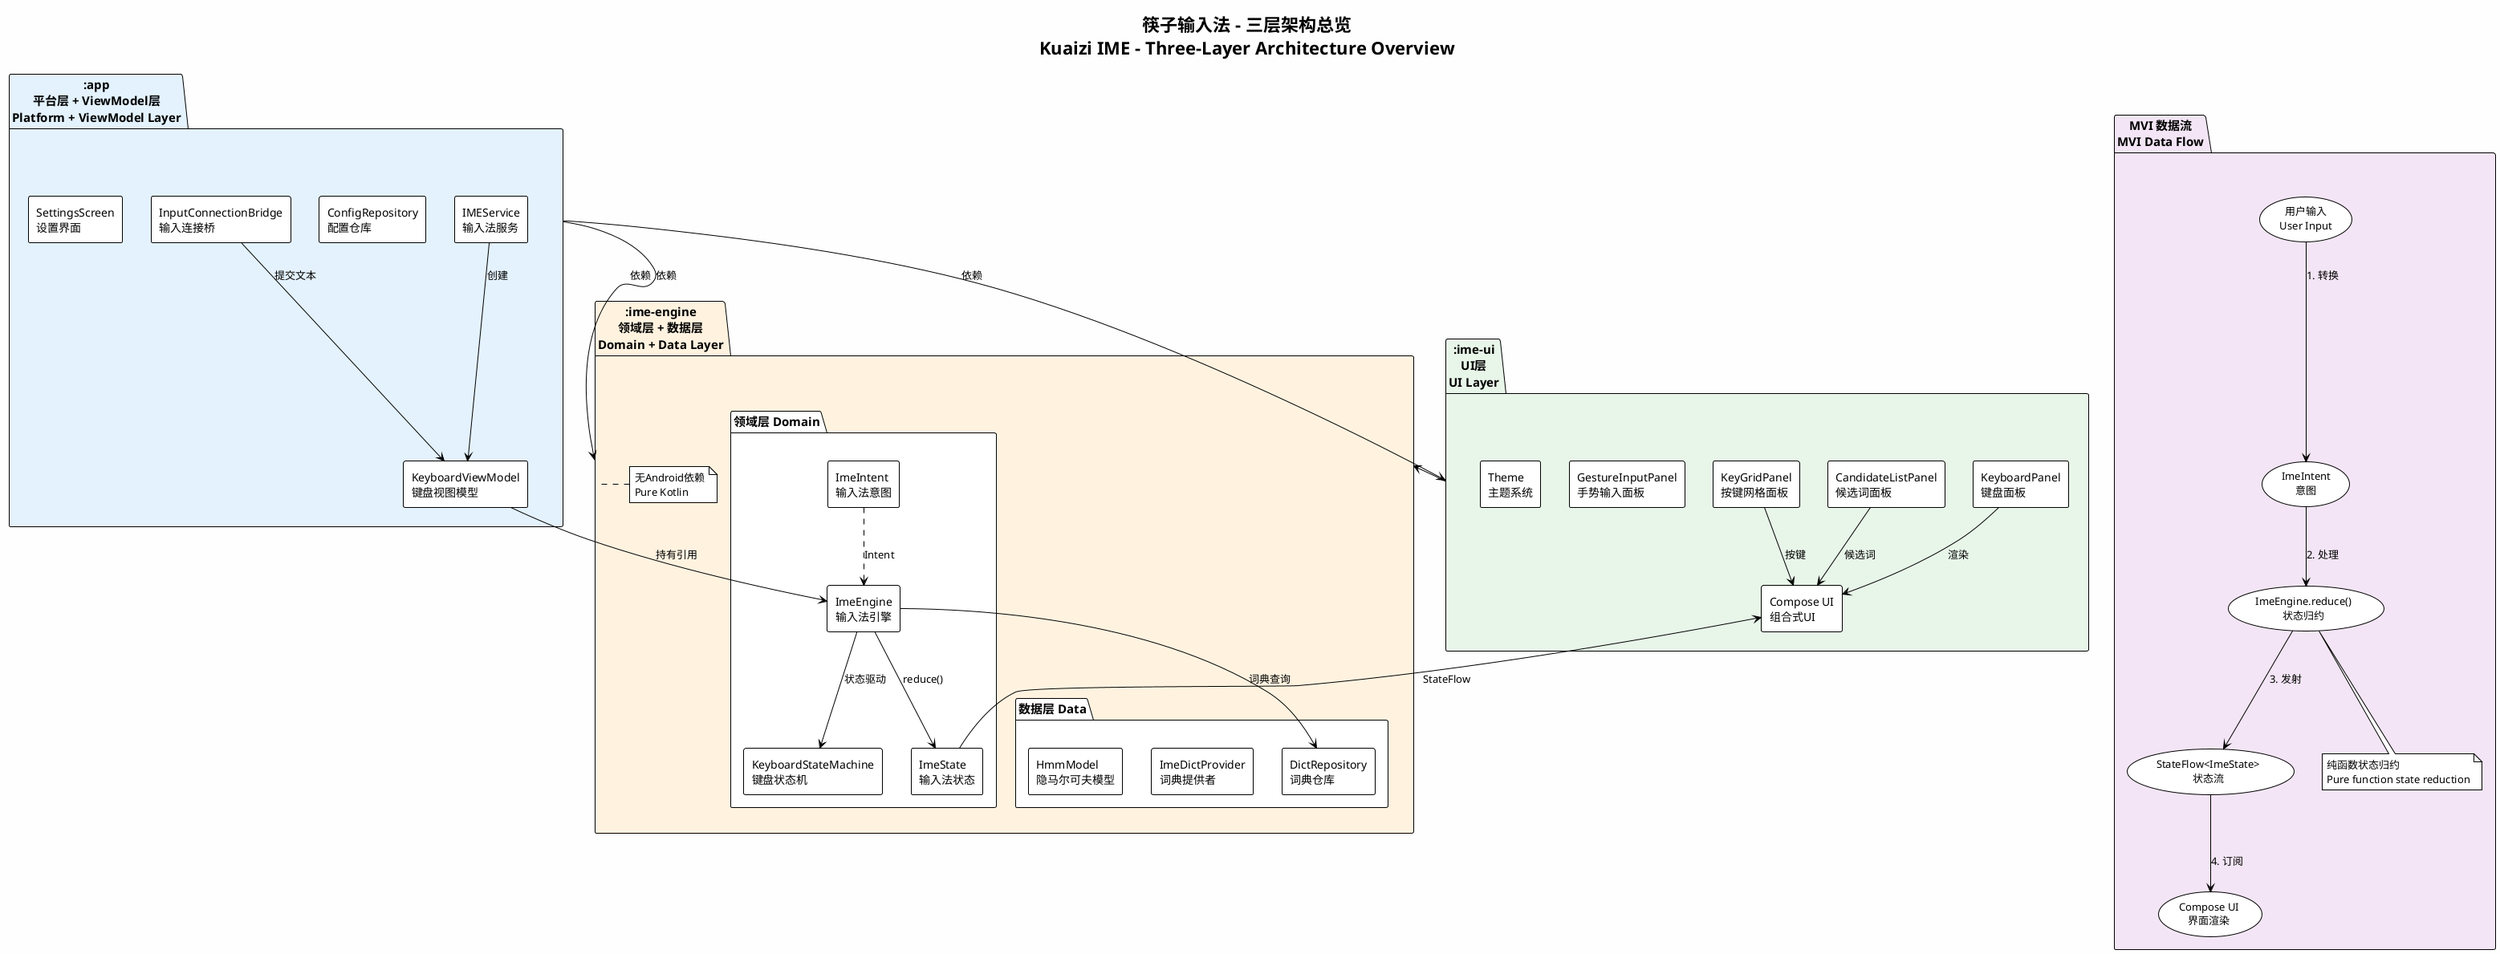
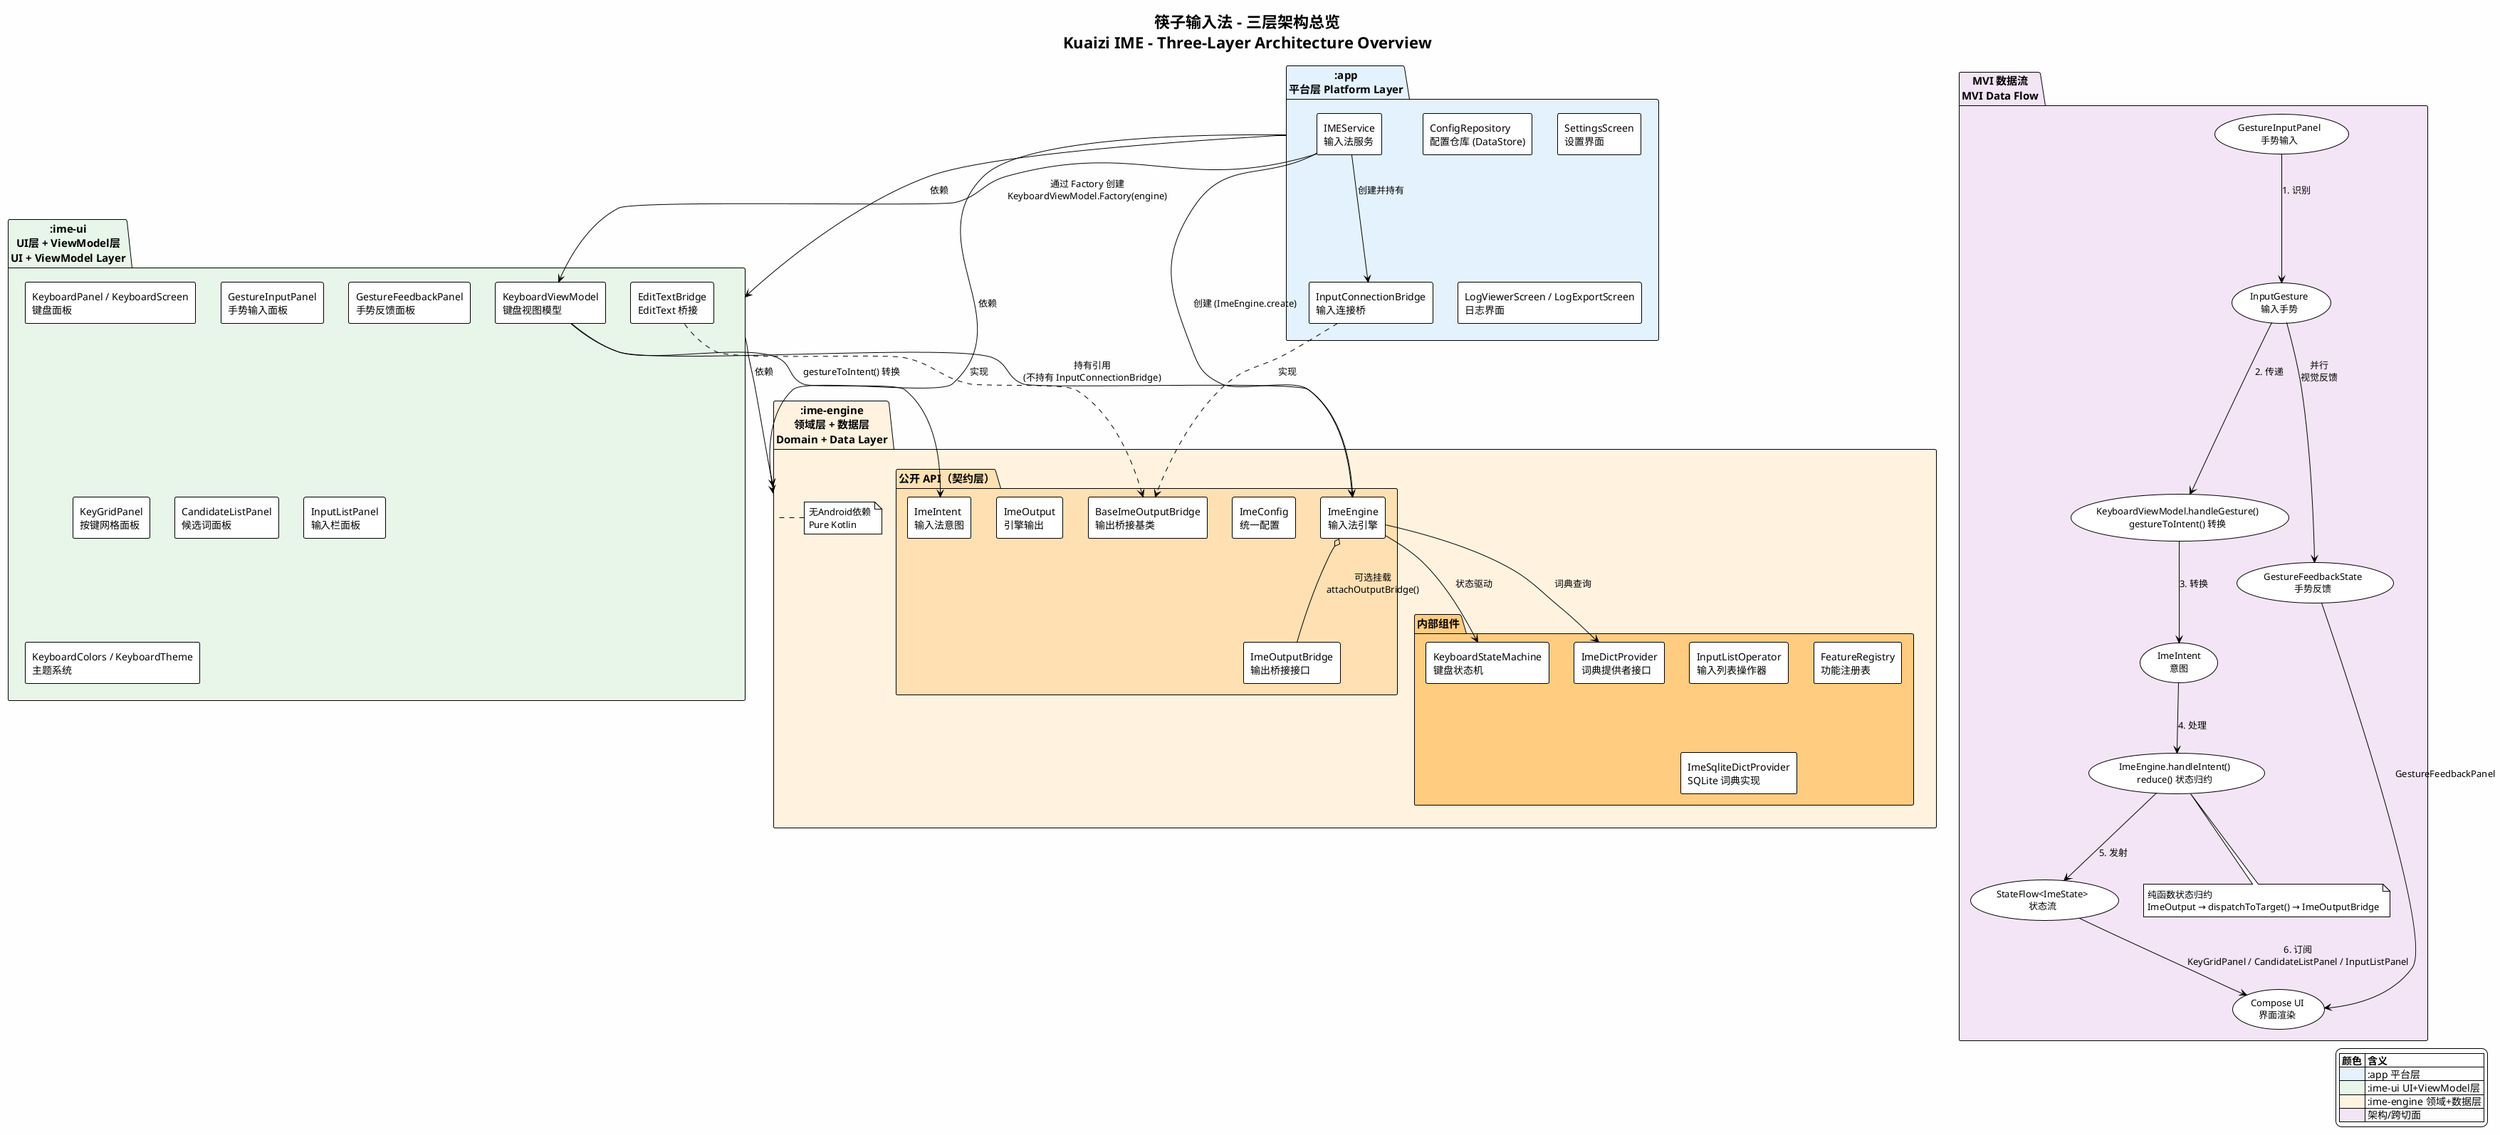
@startuml architecture
!theme plain
skinparam componentStyle rectangle
skinparam backgroundColor #FEFEFE
skinparam shadowing false
skinparam defaultFontSize 13
skinparam componentFontSize 14
skinparam packageFontSize 15

title 筷子输入法 - 三层架构总览\nKuaizi IME - Three-Layer Architecture Overview

' ─── Module Definitions ────────────────────────────────────────────

- package ":app\n平台层 + ViewModel层\nPlatform + ViewModel Layer" as app #E3F2FD {
+ package ":app\n平台层 Platform Layer" as app #E3F2FD {
    component [IMEService\n输入法服务] as IMEService
-     component [KeyboardViewModel\n键盘视图模型] as KVM
-     component [ConfigRepository\n配置仓库] as ConfigRepo
    component [InputConnectionBridge\n输入连接桥] as ICB
+     component [ConfigRepository\n配置仓库 (DataStore)] as ConfigRepo
    component [SettingsScreen\n设置界面] as Settings
+     component [LogViewerScreen / LogExportScreen\n日志界面] as LogUI
}

- package ":ime-ui\nUI层\nUI Layer" as ui #E8F5E9 {
-     component [KeyboardPanel\n键盘面板] as KP
+ package ":ime-ui\nUI层 + ViewModel层\nUI + ViewModel Layer" as ui #E8F5E9 {
+     component [KeyboardViewModel\n键盘视图模型] as KVM
+     component [KeyboardPanel / KeyboardScreen\n键盘面板] as KP
+     component [GestureInputPanel\n手势输入面板] as GIP
+     component [GestureFeedbackPanel\n手势反馈面板] as GFP
+     component [KeyGridPanel\n按键网格面板] as KGP
    component [CandidateListPanel\n候选词面板] as CLP
-     component [KeyGridPanel\n按键网格面板] as KGP
-     component [GestureInputPanel\n手势输入面板] as GIP
-     component [Theme\n主题系统] as Theme
-     component [Compose UI\n组合式UI] as ComposeUI
+     component [InputListPanel\n输入栏面板] as ILP
+     component [EditTextBridge\nEditText 桥接] as ETB
+     component [KeyboardColors / KeyboardTheme\n主题系统] as Theme
}

package ":ime-engine\n领域层 + 数据层\nDomain + Data Layer" as engine #FFF3E0 {
-     package "领域层 Domain" as domain {
+     package "公开 API（契约层）" as api #FFE0B2 {
        component [ImeEngine\n输入法引擎] as ImeEngine
+         component [ImeConfig\n统一配置] as ImeConfig
+         component [ImeIntent\n输入法意图] as ImeIntent
+         component [ImeOutput\n引擎输出] as ImeOutput
+         component [ImeOutputBridge\n输出桥接接口] as ImeOutputBridge
+         component [BaseImeOutputBridge\n输出桥接基类] as BaseImeOutputBridge
+     }
+     package "内部组件" as internal #FFCC80 {
        component [KeyboardStateMachine\n键盘状态机] as KSM
-         component [ImeState\n输入法状态] as ImeState
-         component [ImeIntent\n输入法意图] as ImeIntent
-     }
-     package "数据层 Data" as data {
-         component [DictRepository\n词典仓库] as DictRepo
-         component [ImeDictProvider\n词典提供者] as DictProvider
-         component [HmmModel\n隐马尔可夫模型] as Hmm
+         component [InputListOperator\n输入列表操作器] as ILO
+         component [FeatureRegistry\n功能注册表] as FR
+         component [ImeDictProvider\n词典提供者接口] as DictProvider
+         component [ImeSqliteDictProvider\nSQLite 词典实现] as SqlDictProvider
    }
    note right of engine : 无Android依赖\nPure Kotlin
}

' ─── Module Dependencies ───────────────────────────────────────────

app --> ui : "依赖"
app --> engine : "依赖"
ui --> engine : "依赖"

+ ' ─── Key Ownership Relationships ───────────────────────────────────
+ 
+ IMEService --> ImeEngine : "创建 (ImeEngine.create)"
+ IMEService --> ICB : "创建并持有"
+ ICB ..> BaseImeOutputBridge : "实现"
+ ETB ..> BaseImeOutputBridge : "实现"
+ ImeEngine o-- ImeOutputBridge : "可选挂载\nattachOutputBridge()"
+ IMEService --> KVM : "通过 Factory 创建\nKeyboardViewModel.Factory(engine)"
+ 
+ KVM --> ImeEngine : "持有引用\n(不持有 InputConnectionBridge)"
+ KVM --> ImeIntent : "gestureToIntent() 转换"
+ ImeEngine --> KSM : "状态驱动"
+ ImeEngine --> DictProvider : "词典查询"
+ 
' ─── MVI Data Flow ─────────────────────────────────────────────────

package "MVI 数据流\nMVI Data Flow" as mvi #F3E5F5 {
-     usecase "用户输入\nUser Input" as UserInput
+     usecase "GestureInputPanel\n手势输入" as UserInput
+     usecase "InputGesture\n输入手势" as Gesture
+     usecase "KeyboardViewModel.handleGesture()\ngestureToIntent() 转换" as Convert
    usecase "ImeIntent\n意图" as Intent
-     usecase "ImeEngine.reduce()\n状态归约" as Reduce
+     usecase "ImeEngine.handleIntent()\nreduce() 状态归约" as Reduce
    usecase "StateFlow<ImeState>\n状态流" as StateFlow
    usecase "Compose UI\n界面渲染" as Render
+     usecase "GestureFeedbackState\n手势反馈" as Feedback

-     UserInput --> Intent : "1. 转换"
-     Intent --> Reduce : "2. 处理"
-     Reduce --> StateFlow : "3. 发射"
-     StateFlow --> Render : "4. 订阅"
+     UserInput --> Gesture : "1. 识别"
+     Gesture --> Convert : "2. 传递"
+     Convert --> Intent : "3. 转换"
+     Intent --> Reduce : "4. 处理"
+     Reduce --> StateFlow : "5. 发射"
+     StateFlow --> Render : "6. 订阅\nKeyGridPanel / CandidateListPanel / InputListPanel"
+     Gesture --> Feedback : "并行\n视觉反馈"
+     Feedback --> Render : "GestureFeedbackPanel"

    note bottom of Reduce
        纯函数状态归约
-         Pure function state reduction
+         ImeOutput → dispatchToTarget() → ImeOutputBridge
    end note
}

- ' ─── Detailed Data Flow ────────────────────────────────────────────
+ ' ─── Legend ─────────────────────────────────────────────────────────

- ImeIntent ..> ImeEngine : "Intent"
- ImeEngine --> ImeState : "reduce()"
- ImeState --> ComposeUI : "StateFlow"
- ImeEngine --> KSM : "状态驱动"
- ImeEngine --> DictRepo : "词典查询"
- 
- KVM --> ImeEngine : "持有引用"
- IMEService --> KVM : "创建"
- ICB --> KVM : "提交文本"
- KP --> ComposeUI : "渲染"
- CLP --> ComposeUI : "候选词"
- KGP --> ComposeUI : "按键"
+ legend right
+     |= 颜色 |= 含义 |
+     |<#E3F2FD>| :app 平台层 |
+     |<#E8F5E9>| :ime-ui UI+ViewModel层 |
+     |<#FFF3E0>| :ime-engine 领域+数据层 |
+     |<#F3E5F5>| 架构/跨切面 |
+ endlegend

@enduml
